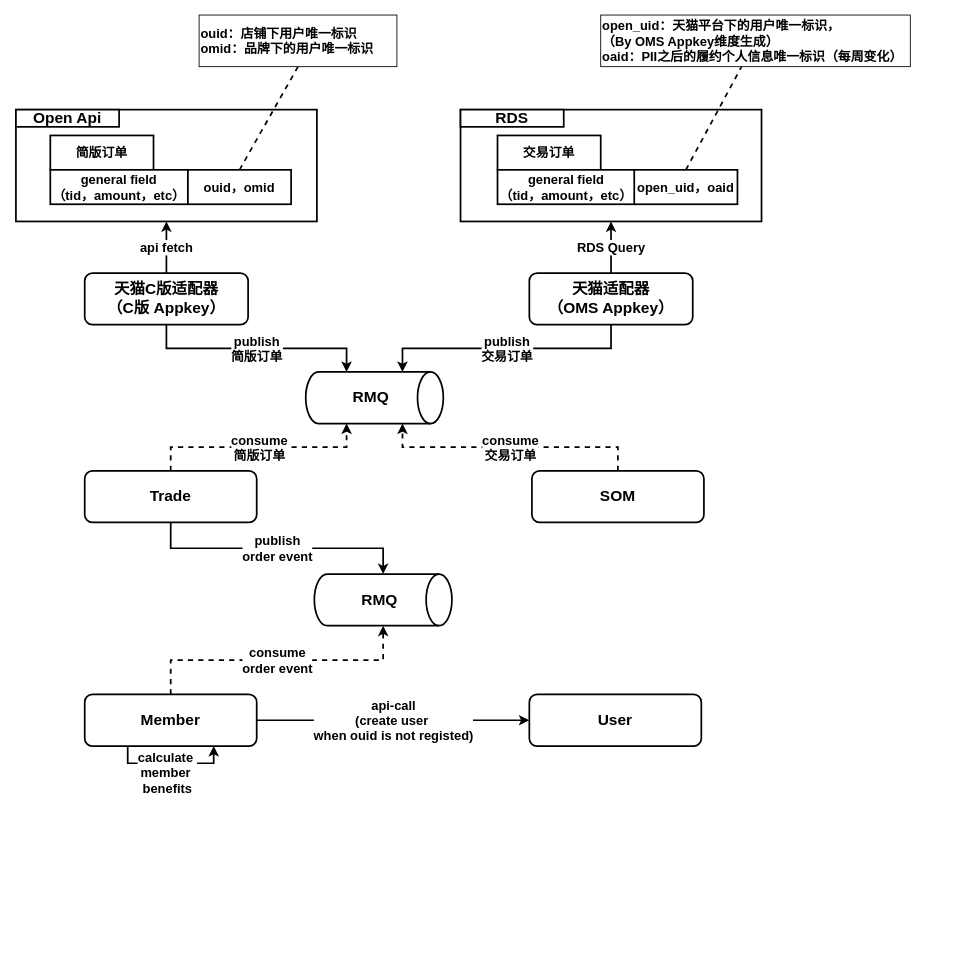
This is projects.drawio from jackie-thank/beego-authz, a draw.io file, before an edit. Source tidied: cells renumbered, new cells numbered last; positions are measured from the earlier drawing's top-left corner, leaving out a move shared by most shapes. Both pictures are drawn from the tidied source at 86%, with x=0, y=0 at pixel (15, 15).
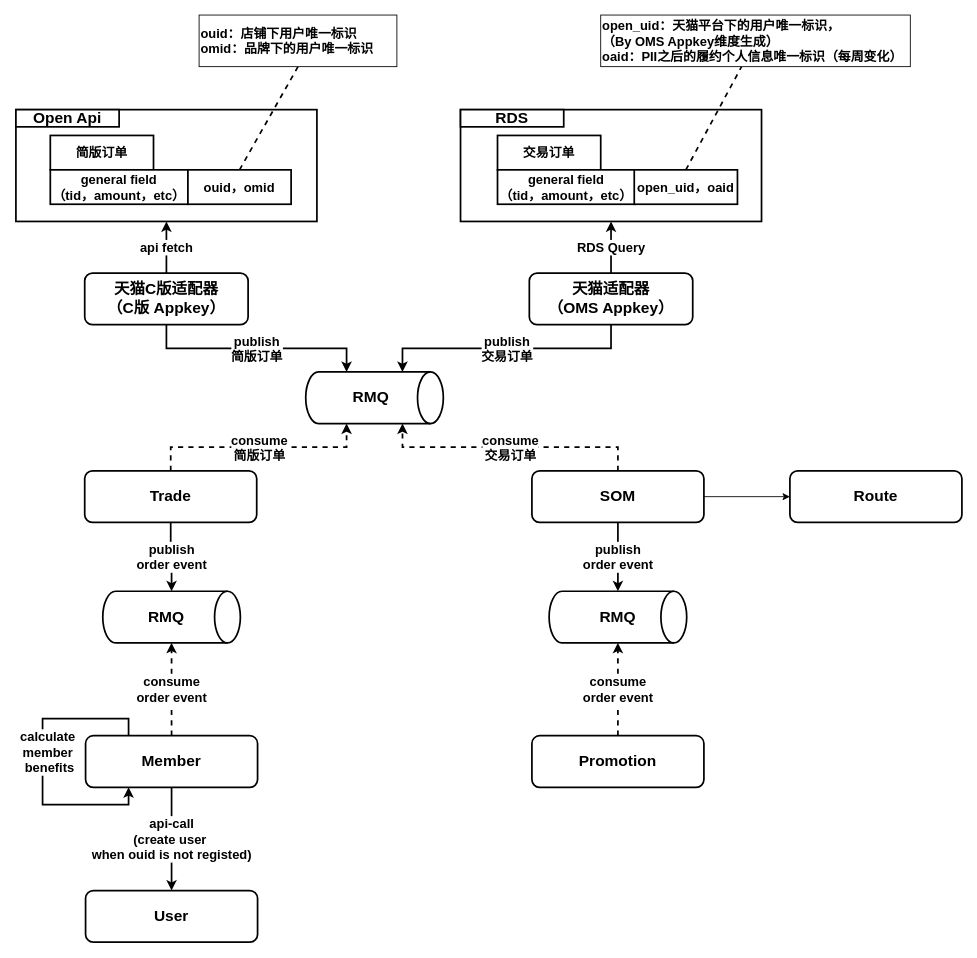
The same diagram, later.

The change refers to these unchanged cells:
```xml
<mxCell id="24" value="SOM" style="rounded=1;whiteSpace=wrap;html=1;strokeWidth=2;fontSize=18;fontStyle=1;" parent="1" vertex="1">
  <mxGeometry x="600" y="530" width="200" height="60" as="geometry" />
</mxCell>
```

Change to the diagram source:
```diff
@@
+    <mxCell id="37" value="&lt;div&gt;publish&lt;/div&gt;&lt;div&gt;order event&lt;br&gt;&lt;/div&gt;" style="edgeStyle=orthogonalEdgeStyle;rounded=0;jettySize=auto;html=1;exitX=0.5;exitY=1;exitDx=0;exitDy=0;fontSize=15;fontStyle=1;strokeWidth=2;entryX=0;entryY=0.5;entryDx=0;entryDy=0;entryPerimeter=0;" parent="1" edge="1" source="24" target="41">
+      <mxGeometry relative="1" as="geometry" />
+    </mxCell>
+    <mxCell id="38" style="edgeStyle=orthogonalEdgeStyle;rounded=0;jettySize=auto;html=1;exitX=1;exitY=0.5;exitDx=0;exitDy=0;entryX=0;entryY=0.5;entryDx=0;entryDy=0;" parent="1" edge="1" source="24" target="43">
+      <mxGeometry relative="1" as="geometry" />
+    </mxCell>
@@
-    <mxCell id="28" value="&lt;div style=&quot;font-size: 15px;&quot;&gt;api-call&lt;/div&gt;&lt;div style=&quot;font-size: 15px;&quot;&gt;(create user&amp;nbsp;&lt;/div&gt;&lt;div style=&quot;font-size: 15px;&quot;&gt;when ouid is not registed)&lt;br style=&quot;font-size: 15px;&quot;&gt;&lt;/div&gt;" style="edgeStyle=orthogonalEdgeStyle;rounded=0;jettySize=auto;html=1;exitX=1;exitY=0.5;exitDx=0;exitDy=0;entryX=0;entryY=0.5;entryDx=0;entryDy=0;strokeWidth=2;fontSize=15;fontStyle=1;" parent="1" edge="1" source="29" target="34">
+    <mxCell id="28" value="&lt;div style=&quot;font-size: 15px;&quot;&gt;api-call&lt;/div&gt;&lt;div style=&quot;font-size: 15px;&quot;&gt;(create user&amp;nbsp;&lt;/div&gt;&lt;div style=&quot;font-size: 15px;&quot;&gt;when ouid is not registed)&lt;br style=&quot;font-size: 15px;&quot;&gt;&lt;/div&gt;" style="edgeStyle=orthogonalEdgeStyle;rounded=0;jettySize=auto;html=1;exitX=0.5;exitY=1;exitDx=0;exitDy=0;strokeWidth=2;fontSize=15;fontStyle=1;" parent="1" edge="1" source="29" target="34">
       <mxGeometry relative="1" as="geometry" />
     </mxCell>
     <mxCell id="29" value="Member" style="rounded=1;whiteSpace=wrap;html=1;strokeWidth=2;fontSize=18;fontStyle=1;" parent="1" vertex="1">
-      <mxGeometry x="80" y="790" width="200" height="60" as="geometry" />
+      <mxGeometry x="81" y="838" width="200" height="60" as="geometry" />
     </mxCell>
     <mxCell id="30" style="shape=cylinder3;whiteSpace=wrap;html=1;boundedLbl=1;backgroundOutline=1;size=15;rotation=90;strokeWidth=2;" parent="1" vertex="1">
-      <mxGeometry x="397" y="600" width="60" height="160" as="geometry" />
+      <mxGeometry x="151" y="620" width="60" height="160" as="geometry" />
     </mxCell>
     <mxCell id="31" value="RMQ" style="text;html=1;strokeColor=none;fillColor=none;align=center;verticalAlign=middle;whiteSpace=wrap;rounded=0;fontStyle=1;fontSize=18;" parent="1" vertex="1">
-      <mxGeometry x="393" y="665" width="60" height="30" as="geometry" />
+      <mxGeometry x="145" y="685" width="60" height="30" as="geometry" />
     </mxCell>
-    <mxCell id="32" style="edgeStyle=orthogonalEdgeStyle;rounded=0;orthogonalLoop=1;jettySize=auto;html=1;exitX=0.25;exitY=1;exitDx=0;exitDy=0;entryX=0.75;entryY=1;entryDx=0;entryDy=0;fontSize=15;fontStyle=1;strokeWidth=2;" parent="1" edge="1" source="29" target="29">
-      <mxGeometry relative="1" as="geometry" />
+    <mxCell id="32" style="edgeStyle=orthogonalEdgeStyle;rounded=0;orthogonalLoop=1;jettySize=auto;html=1;exitX=0.25;exitY=0;exitDx=0;exitDy=0;entryX=0.25;entryY=1;entryDx=0;entryDy=0;fontSize=15;fontStyle=1;strokeWidth=2;" parent="1" edge="1" source="29" target="29">
+      <mxGeometry relative="1" as="geometry">
+        <Array as="points">
+          <mxPoint x="131" y="818" />
+          <mxPoint x="31" y="818" />
+          <mxPoint x="31" y="918" />
+          <mxPoint x="131" y="918" />
+        </Array>
+      </mxGeometry>
     </mxCell>
@@
     <mxCell id="34" value="User" style="rounded=1;whiteSpace=wrap;html=1;strokeWidth=2;fontSize=18;fontStyle=1;" parent="1" vertex="1">
-      <mxGeometry x="597" y="790" width="200" height="60" as="geometry" />
+      <mxGeometry x="81" y="1018" width="200" height="60" as="geometry" />
     </mxCell>
@@
+    <mxCell id="39" value="&lt;div style=&quot;font-size: 15px;&quot;&gt;consume&lt;/div&gt;&lt;div style=&quot;font-size: 15px;&quot;&gt;order event&lt;br style=&quot;font-size: 15px;&quot;&gt;&lt;/div&gt;" style="edgeStyle=orthogonalEdgeStyle;rounded=0;jettySize=auto;html=1;exitX=0.5;exitY=0;exitDx=0;exitDy=0;entryX=1;entryY=0.5;entryDx=0;entryDy=0;entryPerimeter=0;strokeWidth=2;dashed=1;fontSize=15;fontStyle=1;" parent="1" edge="1" source="40" target="41">
+      <mxGeometry relative="1" as="geometry" />
+    </mxCell>
+    <mxCell id="40" value="Promotion" style="rounded=1;whiteSpace=wrap;html=1;strokeWidth=2;fontSize=18;fontStyle=1;" parent="1" vertex="1">
+      <mxGeometry x="600" y="838" width="200" height="60" as="geometry" />
+    </mxCell>
+    <mxCell id="41" style="shape=cylinder3;whiteSpace=wrap;html=1;boundedLbl=1;backgroundOutline=1;size=15;rotation=90;strokeWidth=2;" parent="1" vertex="1">
+      <mxGeometry x="670" y="620" width="60" height="160" as="geometry" />
+    </mxCell>
+    <mxCell id="42" value="RMQ" style="text;html=1;strokeColor=none;fillColor=none;align=center;verticalAlign=middle;whiteSpace=wrap;rounded=0;fontStyle=1;fontSize=18;" parent="1" vertex="1">
+      <mxGeometry x="670" y="685" width="60" height="30" as="geometry" />
+    </mxCell>
+    <mxCell id="43" value="Route" style="rounded=1;whiteSpace=wrap;html=1;strokeWidth=2;fontSize=18;fontStyle=1;" parent="1" vertex="1">
+      <mxGeometry x="900" y="530" width="200" height="60" as="geometry" />
+    </mxCell>
```
